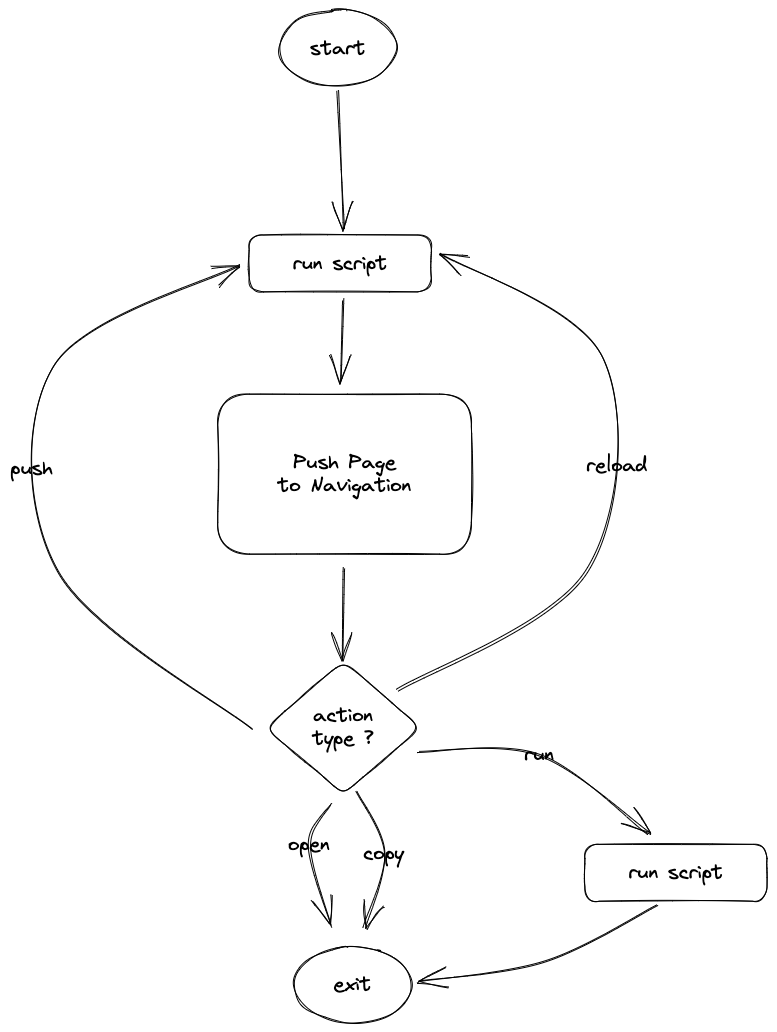
Earlier version of the Excalidraw export docs/src/assets/event-loop.excalidraw.png (pomdtr/sunbeam). Source tidied: one line per element, renumbered; positions are measured from the earlier drawing's top-left corner, leaving out a move shared by most shapes.
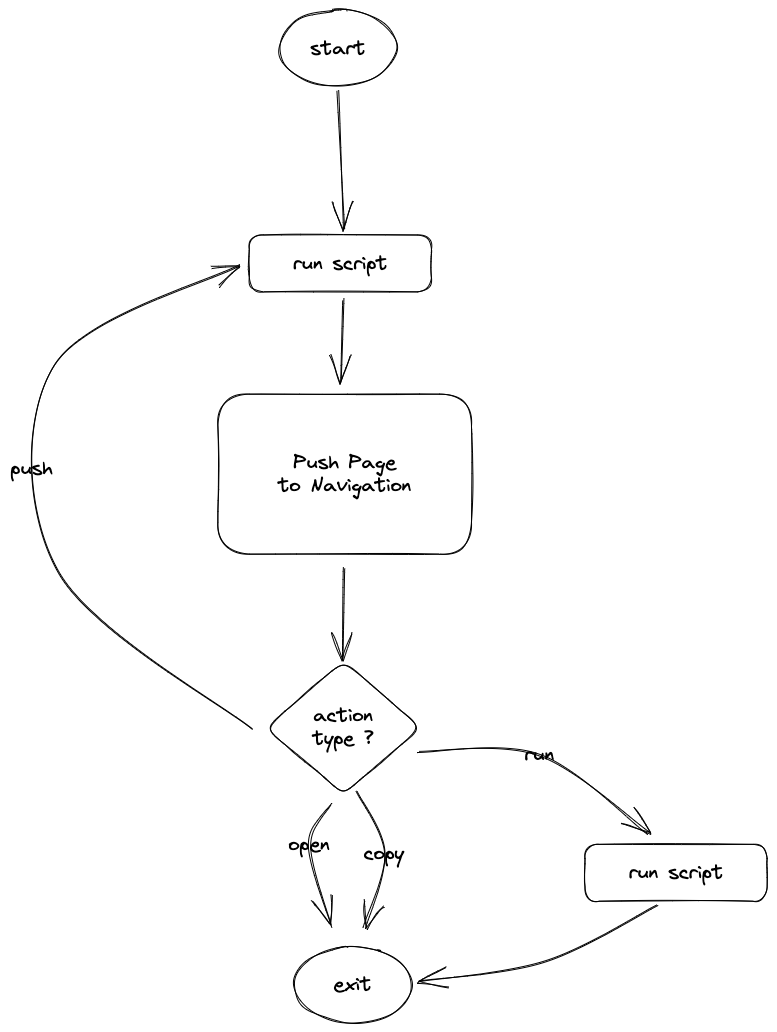
Later version of the same file.

Commit message:
remove reload from the schema

Change to the diagram source:
```diff
@@ -22,5 +22,3 @@
 {"id": 21, "type": "arrow", "strokeColor": "#000000", "strokeWidth": 1, "roughness": 1, "endArrowhead": "arrow", "round": true, "from": 9, "to": 19, "x": 407, "y": 743, "width": 231, "height": 81, "points": [[0, 0], [122, 2], [231, 81]]}
 {"id": 22, "type": "text", "text": "run", "strokeColor": "#000000", "strokeWidth": 1, "roughness": 1, "fontSize": 20, "fontFamily": 1, "textAlign": "center", "verticalAlign": "middle", "inside": 21, "x": 514, "y": 733, "width": 30, "height": 23}
 {"id": 23, "type": "arrow", "strokeColor": "#000000", "strokeWidth": 1, "roughness": 1, "endArrowhead": "arrow", "round": true, "from": 19, "to": 13, "x": 647, "y": 894, "width": 238, "height": 77, "points": [[0, 0], [-112, 58], [-238, 77]]}
-{"id": 24, "type": "arrow", "strokeColor": "#000000", "strokeWidth": 1, "roughness": 1, "endArrowhead": "arrow", "round": true, "from": 9, "to": 4, "x": 387, "y": 681, "width": 207, "height": 437, "points": [[0, 0], [190, -120], [207, -332], [43, -437]]}
-{"id": 25, "type": "text", "text": "reload", "strokeColor": "#000000", "strokeWidth": 1, "roughness": 1, "fontSize": 20, "fontFamily": 1, "textAlign": "center", "verticalAlign": "middle", "inside": 24, "x": 576, "y": 444, "width": 62, "height": 23}
```
